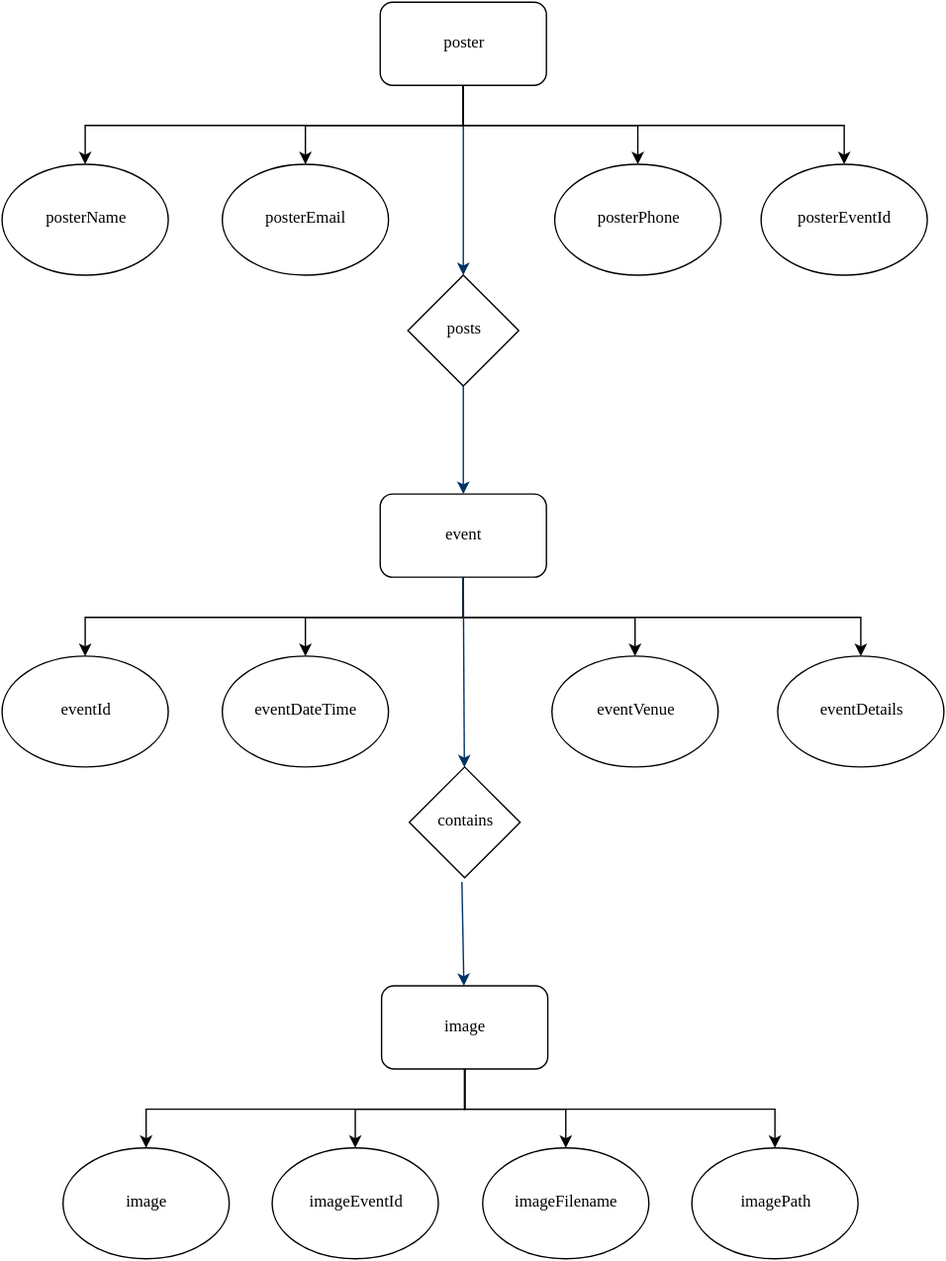
Before: public_html/img/data-design-craigslist-events-erd.svg, a diagram exported from draw.io (gwells4/data-design-craigslist-events). Source tidied: cells renumbered, new cells last; positions are measured from the earlier drawing's top-left corner, leaving out a move shared by most shapes.
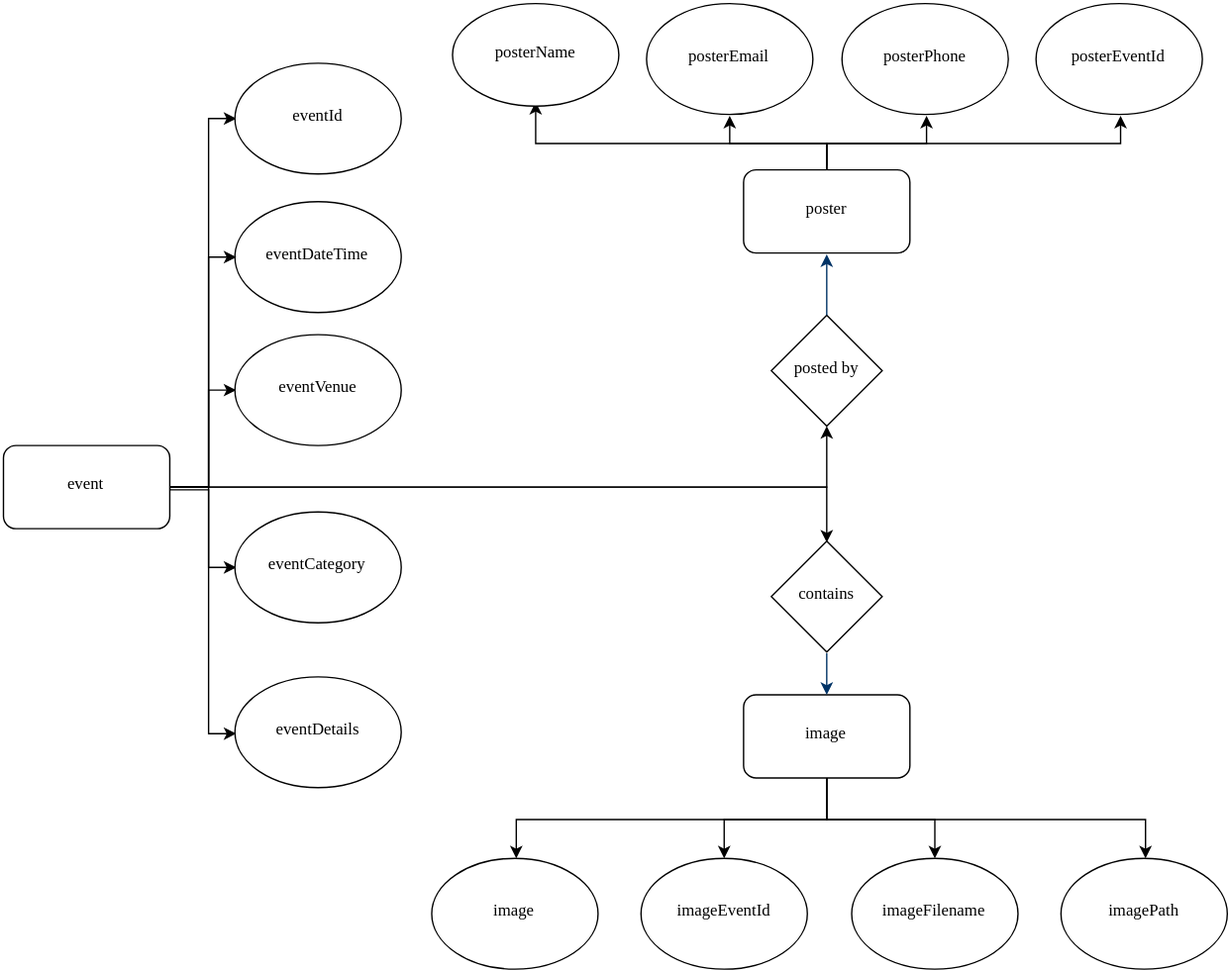
The same file after the commit.

Commit message:
Updated entity relationship diagram.

What changed in the source:
```diff
@@ -2,74 +2,99 @@
   <root>
     <mxCell id="0" style="html=1;" />
     <mxCell id="1" style="html=1;" parent="0" />
-    <mxCell id="2" style="fontColor=#001933;fontStyle=1;strokeColor=#003366;strokeWidth=1;html=1;fontFamily=Verdana;" parent="1" edge="1" source="7" target="12">
-      <mxGeometry relative="1" as="geometry" />
-    </mxCell>
-    <mxCell id="3" style="edgeStyle=orthogonalEdgeStyle;rounded=0;html=1;exitX=0.5;exitY=1;entryX=0.5;entryY=0;jettySize=auto;fontFamily=Verdana;" parent="1" edge="1" source="7" target="8">
-      <mxGeometry relative="1" as="geometry" />
-    </mxCell>
-    <mxCell id="4" style="edgeStyle=orthogonalEdgeStyle;rounded=0;html=1;exitX=0.5;exitY=1;entryX=0.5;entryY=0;jettySize=auto;fontFamily=Verdana;" parent="1" edge="1" source="7" target="9">
+    <mxCell id="4" style="edgeStyle=orthogonalEdgeStyle;rounded=0;html=1;exitX=0.5;exitY=0;entryX=0.5;entryY=1;jettySize=auto;" parent="1" edge="1" source="7" target="9">
       <mxGeometry relative="1" as="geometry" />
     </mxCell>
-    <mxCell id="5" style="edgeStyle=orthogonalEdgeStyle;rounded=0;html=1;exitX=0.5;exitY=1;entryX=0.5;entryY=0;jettySize=auto;fontFamily=Verdana;" parent="1" edge="1" source="7" target="10">
+    <mxCell id="5" style="edgeStyle=orthogonalEdgeStyle;rounded=0;html=1;exitX=0.5;exitY=0;entryX=0.5;entryY=1;jettySize=auto;" parent="1" edge="1" source="7" target="10">
       <mxGeometry relative="1" as="geometry" />
     </mxCell>
-    <mxCell id="6" style="edgeStyle=orthogonalEdgeStyle;rounded=0;html=1;exitX=0.5;exitY=1;entryX=0.5;entryY=0;jettySize=auto;fontFamily=Verdana;" parent="1" edge="1" source="7" target="11">
+    <mxCell id="6" style="edgeStyle=orthogonalEdgeStyle;rounded=0;html=1;exitX=0.5;exitY=0;entryX=0.5;entryY=1;jettySize=auto;" parent="1" edge="1" source="7" target="11">
       <mxGeometry relative="1" as="geometry" />
     </mxCell>
+    <mxCell id="35" style="edgeStyle=orthogonalEdgeStyle;rounded=0;html=1;exitX=0.5;exitY=0;entryX=0.5;entryY=1;jettySize=auto;orthogonalLoop=1;" parent="1" edge="1">
+      <mxGeometry relative="1" as="geometry">
+        <mxPoint x="250" y="133" as="sourcePoint" />
+        <mxPoint x="40" y="87" as="targetPoint" />
+        <Array as="points">
+          <mxPoint x="250" y="116" />
+          <mxPoint x="40" y="116" />
+        </Array>
+      </mxGeometry>
+    </mxCell>
     <mxCell id="7" value="poster" style="rounded=1;whiteSpace=wrap;html=1;fontFamily=Verdana;" parent="1" vertex="1">
-      <mxGeometry x="273" width="120" height="60" as="geometry" />
+      <mxGeometry x="190" y="136" width="120" height="60" as="geometry" />
     </mxCell>
-    <mxCell id="8" value="posterName" style="ellipse;whiteSpace=wrap;html=1;fontFamily=Verdana;" parent="1" vertex="1">
-      <mxGeometry y="117" width="120" height="80" as="geometry" />
+    <mxCell id="8" value="posterName" style="ellipse;whiteSpace=wrap;html=1;fontFamily=Verdana;flipH=1;" parent="1" vertex="1">
+      <mxGeometry x="-20" y="16" width="120" height="74" as="geometry" />
     </mxCell>
-    <mxCell id="9" value="posterEmail" style="ellipse;whiteSpace=wrap;html=1;fontFamily=Verdana;" parent="1" vertex="1">
-      <mxGeometry x="159" y="117" width="120" height="80" as="geometry" />
+    <mxCell id="9" value="posterEmail" style="ellipse;whiteSpace=wrap;html=1;fontFamily=Verdana;flipH=1;" parent="1" vertex="1">
+      <mxGeometry x="120" y="16" width="120" height="80" as="geometry" />
     </mxCell>
-    <mxCell id="10" value="posterPhone" style="ellipse;whiteSpace=wrap;html=1;fontFamily=Verdana;" parent="1" vertex="1">
-      <mxGeometry x="399" y="117" width="120" height="80" as="geometry" />
+    <mxCell id="10" value="posterPhone" style="ellipse;whiteSpace=wrap;html=1;fontFamily=Verdana;flipH=1;" parent="1" vertex="1">
+      <mxGeometry x="261" y="16" width="120" height="80" as="geometry" />
     </mxCell>
-    <mxCell id="11" value="posterEventId" style="ellipse;whiteSpace=wrap;html=1;fontFamily=Verdana;" parent="1" vertex="1">
-      <mxGeometry x="548" y="117" width="120" height="80" as="geometry" />
+    <mxCell id="11" value="posterEventId" style="ellipse;whiteSpace=wrap;html=1;fontFamily=Verdana;flipH=1;" parent="1" vertex="1">
+      <mxGeometry x="401" y="16" width="120" height="80" as="geometry" />
     </mxCell>
-    <mxCell id="12" value="posts" style="rhombus;whiteSpace=wrap;html=1;fontFamily=Verdana;" parent="1" vertex="1">
-      <mxGeometry x="293" y="197" width="80" height="80" as="geometry" />
+    <mxCell id="12" value="posted by&lt;br&gt;" style="rhombus;whiteSpace=wrap;html=1;fontFamily=Verdana;" parent="1" vertex="1">
+      <mxGeometry x="210" y="241" width="80" height="80" as="geometry" />
     </mxCell>
-    <mxCell id="13" style="edgeStyle=orthogonalEdgeStyle;rounded=0;html=1;exitX=0.5;exitY=1;jettySize=auto;fontFamily=Verdana;" parent="1" edge="1" source="17" target="22">
-      <mxGeometry relative="1" as="geometry" />
+    <mxCell id="13" style="edgeStyle=orthogonalEdgeStyle;rounded=0;html=1;exitX=1;exitY=0.5;jettySize=auto;fontFamily=Verdana;entryX=0;entryY=0.5;" parent="1" edge="1" source="17" target="22">
+      <mxGeometry relative="1" as="geometry">
+        <Array as="points">
+          <mxPoint x="-196" y="365" />
+          <mxPoint x="-196" y="295" />
+        </Array>
+      </mxGeometry>
     </mxCell>
-    <mxCell id="14" style="edgeStyle=orthogonalEdgeStyle;rounded=0;html=1;exitX=0.5;exitY=1;jettySize=auto;fontFamily=Verdana;" parent="1" edge="1" source="17" target="23">
-      <mxGeometry relative="1" as="geometry" />
+    <mxCell id="14" style="edgeStyle=orthogonalEdgeStyle;rounded=0;html=1;exitX=1;exitY=0.5;jettySize=auto;fontFamily=Verdana;entryX=0;entryY=0.5;" parent="1" edge="1" source="17" target="23">
+      <mxGeometry relative="1" as="geometry">
+        <Array as="points">
+          <mxPoint x="-196" y="365" />
+          <mxPoint x="-196" y="99" />
+        </Array>
+      </mxGeometry>
     </mxCell>
-    <mxCell id="15" style="edgeStyle=orthogonalEdgeStyle;rounded=0;html=1;exitX=0.5;exitY=1;jettySize=auto;fontFamily=Verdana;" parent="1" edge="1" source="17" target="21">
-      <mxGeometry relative="1" as="geometry" />
+    <mxCell id="15" style="edgeStyle=orthogonalEdgeStyle;rounded=0;html=1;exitX=1;exitY=0.5;jettySize=auto;fontFamily=Verdana;entryX=0;entryY=0.5;" parent="1" edge="1" source="17" target="21">
+      <mxGeometry relative="1" as="geometry">
+        <Array as="points">
+          <mxPoint x="-224" y="366" />
+          <mxPoint x="-196" y="366" />
+          <mxPoint x="-196" y="423" />
+        </Array>
+      </mxGeometry>
     </mxCell>
-    <mxCell id="16" style="edgeStyle=orthogonalEdgeStyle;rounded=0;html=1;exitX=0.5;exitY=1;jettySize=auto;fontFamily=Verdana;" parent="1" edge="1" source="17" target="20">
-      <mxGeometry relative="1" as="geometry" />
+    <mxCell id="16" style="edgeStyle=orthogonalEdgeStyle;rounded=0;html=1;exitX=1;exitY=0.5;jettySize=auto;fontFamily=Verdana;entryX=0;entryY=0.5;" parent="1" edge="1" source="17" target="20">
+      <mxGeometry relative="1" as="geometry">
+        <Array as="points">
+          <mxPoint x="-196" y="365" />
+          <mxPoint x="-196" y="542" />
+        </Array>
+      </mxGeometry>
     </mxCell>
+    <mxCell id="36" style="edgeStyle=orthogonalEdgeStyle;rounded=0;html=1;exitX=1;exitY=0.5;entryX=0.5;entryY=1;jettySize=auto;" parent="1" edge="1" source="17" target="12">
+      <mxGeometry relative="1" as="geometry" />
+    </mxCell>
+    <mxCell id="19" style="edgeStyle=orthogonalEdgeStyle;rounded=0;html=1;exitX=1;exitY=0.5;entryX=0.5;entryY=0;jettySize=auto;" parent="1" edge="1" source="17" target="24">
+      <mxGeometry relative="1" as="geometry" />
+    </mxCell>
     <mxCell id="17" value="event" style="rounded=1;whiteSpace=wrap;html=1;fontFamily=Verdana;" parent="1" vertex="1">
-      <mxGeometry x="273" y="355" width="120" height="60" as="geometry" />
+      <mxGeometry x="-344" y="335" width="120" height="60" as="geometry" />
     </mxCell>
-    <mxCell id="18" style="fontColor=#001933;fontStyle=1;strokeColor=#003366;strokeWidth=1;html=1;exitX=0.5;exitY=1;fontFamily=Verdana;" parent="1" edge="1" source="12" target="17">
-      <mxGeometry relative="1" as="geometry" />
-    </mxCell>
-    <mxCell id="19" style="fontColor=#001933;fontStyle=1;strokeColor=#003366;strokeWidth=1;html=1;fontFamily=Verdana;exitX=0.5;exitY=1;" parent="1" edge="1" source="17" target="24">
-      <mxGeometry relative="1" as="geometry" />
-    </mxCell>
-    <mxCell id="20" value="eventId" style="ellipse;whiteSpace=wrap;html=1;fontFamily=Verdana;" parent="1" vertex="1">
-      <mxGeometry y="472" width="120" height="80" as="geometry" />
+    <mxCell id="20" value="eventDetails" style="ellipse;whiteSpace=wrap;html=1;fontFamily=Verdana;" parent="1" vertex="1">
+      <mxGeometry x="-177" y="502" width="120" height="80" as="geometry" />
     </mxCell>
-    <mxCell id="21" value="eventDateTime" style="ellipse;whiteSpace=wrap;html=1;fontFamily=Verdana;" parent="1" vertex="1">
-      <mxGeometry x="159" y="472" width="120" height="80" as="geometry" />
+    <mxCell id="21" value="eventCategory" style="ellipse;whiteSpace=wrap;html=1;fontFamily=Verdana;" parent="1" vertex="1">
+      <mxGeometry x="-177" y="383" width="120" height="80" as="geometry" />
     </mxCell>
     <mxCell id="22" value="eventVenue" style="ellipse;whiteSpace=wrap;html=1;fontFamily=Verdana;" parent="1" vertex="1">
-      <mxGeometry x="397" y="472" width="120" height="80" as="geometry" />
+      <mxGeometry x="-177" y="255" width="120" height="80" as="geometry" />
     </mxCell>
-    <mxCell id="23" value="eventDetails" style="ellipse;whiteSpace=wrap;html=1;fontFamily=Verdana;" parent="1" vertex="1">
-      <mxGeometry x="560" y="472" width="120" height="80" as="geometry" />
+    <mxCell id="23" value="eventId" style="ellipse;whiteSpace=wrap;html=1;fontFamily=Verdana;" parent="1" vertex="1">
+      <mxGeometry x="-177" y="59" width="120" height="80" as="geometry" />
     </mxCell>
     <mxCell id="24" value="contains" style="rhombus;whiteSpace=wrap;html=1;fontFamily=Verdana;" parent="1" vertex="1">
-      <mxGeometry x="294" y="552" width="80" height="80" as="geometry" />
+      <mxGeometry x="210" y="404" width="80" height="80" as="geometry" />
     </mxCell>
     <mxCell id="25" style="edgeStyle=orthogonalEdgeStyle;rounded=0;html=1;exitX=0.5;exitY=1;entryX=0.5;entryY=0;jettySize=auto;fontFamily=Verdana;" parent="1" edge="1" source="29" target="31">
       <mxGeometry relative="1" as="geometry" />
@@ -84,22 +109,36 @@
       <mxGeometry relative="1" as="geometry" />
     </mxCell>
     <mxCell id="29" value="image" style="rounded=1;whiteSpace=wrap;html=1;fontFamily=Verdana;" parent="1" vertex="1">
-      <mxGeometry x="274" y="710" width="120" height="60" as="geometry" />
+      <mxGeometry x="190" y="515" width="120" height="60" as="geometry" />
     </mxCell>
-    <mxCell id="30" style="fontColor=#001933;fontStyle=1;strokeColor=#003366;strokeWidth=1;html=1;exitX=0.475;exitY=1.038;exitPerimeter=0;fontFamily=Verdana;" parent="1" edge="1" source="24" target="29">
+    <mxCell id="30" style="fontColor=#001933;fontStyle=1;strokeColor=#003366;strokeWidth=1;html=1;exitX=0.5;exitY=1;fontFamily=Verdana;entryX=0.5;entryY=0;" parent="1" edge="1" source="24" target="29">
       <mxGeometry relative="1" as="geometry" />
     </mxCell>
     <mxCell id="31" value="image" style="ellipse;whiteSpace=wrap;html=1;fontFamily=Verdana;" parent="1" vertex="1">
-      <mxGeometry x="44" y="827" width="120" height="80" as="geometry" />
+      <mxGeometry x="-35" y="633" width="120" height="80" as="geometry" />
     </mxCell>
     <mxCell id="32" value="imageEventId" style="ellipse;whiteSpace=wrap;html=1;fontFamily=Verdana;" parent="1" vertex="1">
-      <mxGeometry x="195" y="827" width="120" height="80" as="geometry" />
+      <mxGeometry x="116" y="633" width="120" height="80" as="geometry" />
     </mxCell>
     <mxCell id="33" value="imageFilename" style="ellipse;whiteSpace=wrap;html=1;fontFamily=Verdana;" parent="1" vertex="1">
-      <mxGeometry x="347" y="827" width="120" height="80" as="geometry" />
+      <mxGeometry x="268" y="633" width="120" height="80" as="geometry" />
     </mxCell>
     <mxCell id="34" value="imagePath" style="ellipse;whiteSpace=wrap;html=1;fontFamily=Verdana;" parent="1" vertex="1">
-      <mxGeometry x="498" y="827" width="120" height="80" as="geometry" />
+      <mxGeometry x="419" y="633" width="120" height="80" as="geometry" />
     </mxCell>
+    <mxCell id="37" value="eventDateTime" style="ellipse;whiteSpace=wrap;html=1;fontFamily=Verdana;" parent="1" vertex="1">
+      <mxGeometry x="-177" y="159" width="120" height="80" as="geometry" />
+    </mxCell>
+    <mxCell id="38" style="edgeStyle=orthogonalEdgeStyle;rounded=0;html=1;exitX=1;exitY=0.5;jettySize=auto;fontFamily=Verdana;entryX=0;entryY=0.5;" parent="1" edge="1" source="17" target="37">
+      <mxGeometry relative="1" as="geometry">
+        <Array as="points">
+          <mxPoint x="-196" y="365" />
+          <mxPoint x="-196" y="199" />
+        </Array>
+      </mxGeometry>
+    </mxCell>
+    <mxCell id="39" style="fontColor=#001933;fontStyle=1;strokeColor=#003366;strokeWidth=1;html=1;fontFamily=Verdana;entryX=0.5;entryY=1;exitX=0.5;exitY=0;" parent="1" edge="1" source="12" target="7">
+      <mxGeometry relative="1" as="geometry" />
+    </mxCell>
   </root>
 </mxGraphModel>
```
